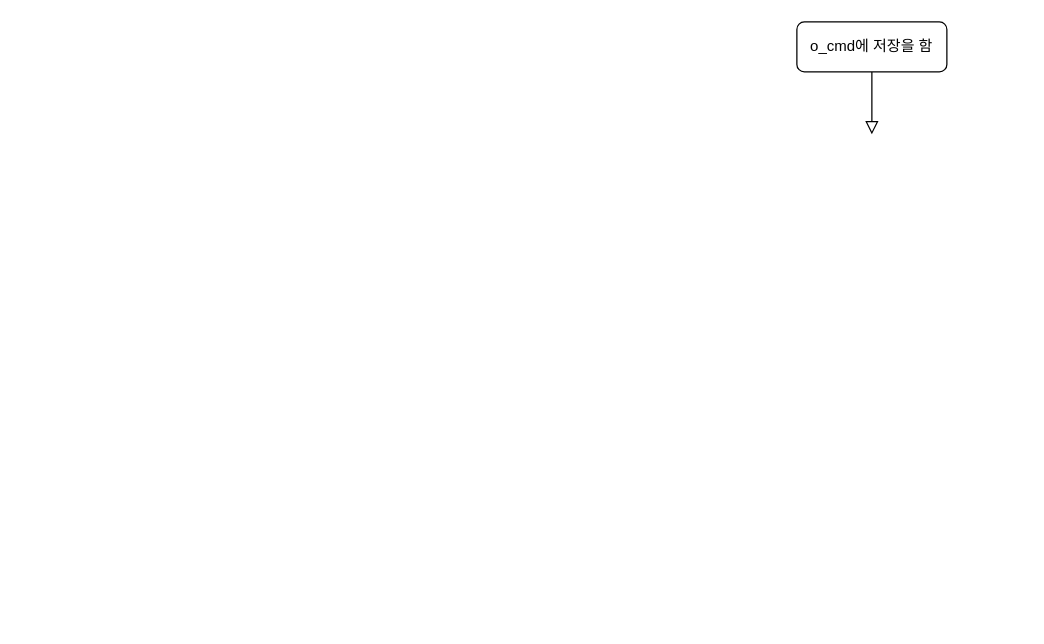
jae-mini-00/42 keeps this draw.io diagram as Flowchart/Untitled Diagram.drawio. Above is the earlier version. Source tidied: cells renumbered, new cells numbered last; positions are measured from the earlier drawing's top-left corner, leaving out a move shared by most shapes. Both pictures are drawn from the tidied source at 125%, with x=0, y=0 at pixel (796, 21).
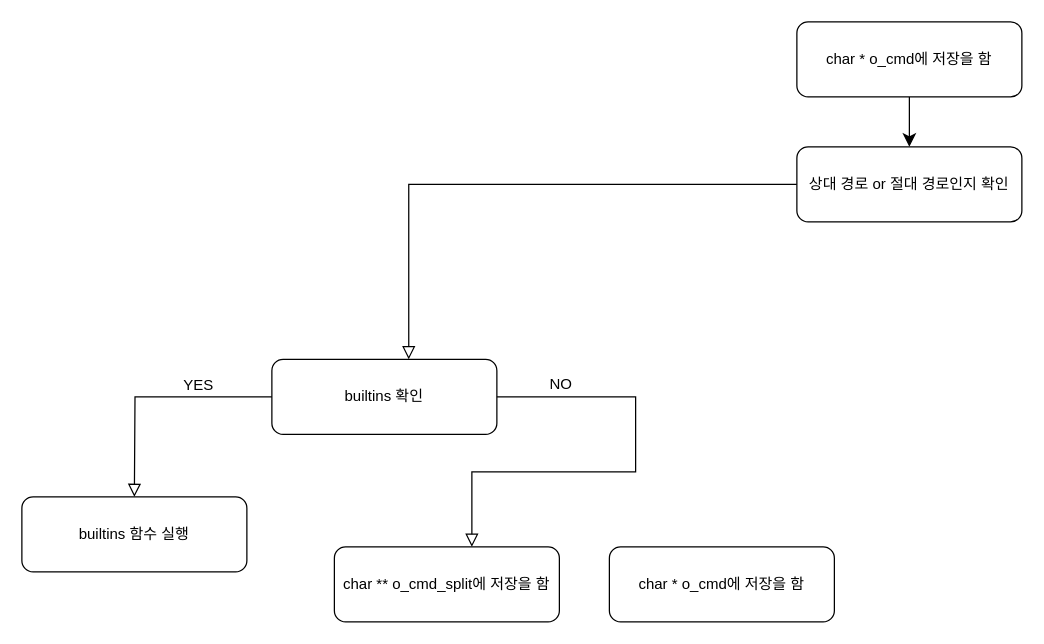
The same page after the edit.

Change to the diagram source:
```diff
@@
-    <mxCell id="2" style="rounded=0;html=1;jettySize=auto;fontSize=11;endArrow=block;endFill=0;endSize=8;strokeWidth=1;shadow=0;labelBackgroundColor=none;edgeStyle=orthogonalEdgeStyle;" parent="1" edge="1" source="3">
-      <mxGeometry relative="1" as="geometry">
-        <mxPoint x="60" y="90" as="targetPoint" />
-      </mxGeometry>
-    </mxCell>
+    <mxCell id="4" style="edgeStyle=none;curved=1;rounded=0;jettySize=auto;html=1;fontSize=12;startSize=8;endSize=8;" parent="1" edge="1" source="3" target="14">
+      <mxGeometry relative="1" as="geometry" />
+    </mxCell>
-    <mxCell id="3" value="o_cmd에 저장을 함" style="rounded=1;whiteSpace=wrap;html=1;fontSize=12;glass=0;strokeWidth=1;shadow=0;" parent="1" vertex="1">
-      <mxGeometry width="120" height="40" as="geometry" />
+    <mxCell id="3" value="char * o_cmd에 저장을 함" style="rounded=1;whiteSpace=wrap;html=1;fontSize=12;glass=0;strokeWidth=1;shadow=0;" parent="1" vertex="1">
+      <mxGeometry width="180" height="60" as="geometry" />
     </mxCell>
+    <mxCell id="5" value="char ** o_cmd_split에 저장을 함" style="rounded=1;whiteSpace=wrap;html=1;fontSize=12;glass=0;strokeWidth=1;shadow=0;" parent="1" vertex="1">
+      <mxGeometry x="-370" y="420" width="180" height="60" as="geometry" />
+    </mxCell>
+    <mxCell id="6" value="char * o_cmd에 저장을 함" style="rounded=1;whiteSpace=wrap;html=1;fontSize=12;glass=0;strokeWidth=1;shadow=0;" parent="1" vertex="1">
+      <mxGeometry x="-150" y="420" width="180" height="60" as="geometry" />
+    </mxCell>
+    <mxCell id="7" value="builtins 확인" style="rounded=1;whiteSpace=wrap;html=1;fontSize=12;glass=0;strokeWidth=1;shadow=0;" parent="1" vertex="1">
+      <mxGeometry x="-420" y="270" width="180" height="60" as="geometry" />
+    </mxCell>
+    <mxCell id="8" style="rounded=0;html=1;jettySize=auto;fontSize=11;endArrow=block;endFill=0;endSize=8;strokeWidth=1;shadow=0;labelBackgroundColor=none;edgeStyle=orthogonalEdgeStyle;exitX=0;exitY=0.5;exitDx=0;exitDy=0;" parent="1" edge="1" source="7">
+      <mxGeometry relative="1" as="geometry">
+        <mxPoint x="-530" y="380" as="targetPoint" />
+      </mxGeometry>
+    </mxCell>
+    <mxCell id="9" value="YES" style="edgeLabel;html=1;align=center;verticalAlign=middle;fontSize=12;" parent="8" vertex="1">
+      <mxGeometry x="-0.37" relative="1" as="geometry">
+        <mxPoint y="-10" as="offset" />
+      </mxGeometry>
+    </mxCell>
+    <mxCell id="10" style="rounded=0;html=1;jettySize=auto;orthogonalLoop=1;fontSize=11;endArrow=block;endFill=0;endSize=8;strokeWidth=1;shadow=0;labelBackgroundColor=none;edgeStyle=orthogonalEdgeStyle;exitX=1;exitY=0.5;exitDx=0;exitDy=0;" parent="1" edge="1">
+      <mxGeometry relative="1" as="geometry">
+        <mxPoint x="-240" y="300" as="sourcePoint" />
+        <mxPoint x="-260" y="420" as="targetPoint" />
+        <Array as="points">
+          <mxPoint x="-129" y="300" />
+          <mxPoint x="-129" y="360" />
+          <mxPoint x="-260" y="360" />
+        </Array>
+      </mxGeometry>
+    </mxCell>
+    <mxCell id="11" value="NO" style="edgeLabel;html=1;align=center;verticalAlign=middle;fontSize=12;" parent="10" vertex="1">
+      <mxGeometry x="-0.12" relative="1" as="geometry">
+        <mxPoint x="-61" y="-59" as="offset" />
+      </mxGeometry>
+    </mxCell>
+    <mxCell id="12" value="builtins 함수 실행" style="rounded=1;whiteSpace=wrap;html=1;fontSize=12;glass=0;strokeWidth=1;shadow=0;" parent="1" vertex="1">
+      <mxGeometry x="-620" y="380" width="180" height="60" as="geometry" />
+    </mxCell>
+    <mxCell id="13" style="rounded=0;html=1;jettySize=auto;fontSize=11;endArrow=block;endFill=0;endSize=8;strokeWidth=1;shadow=0;labelBackgroundColor=none;edgeStyle=orthogonalEdgeStyle;entryX=0.5;entryY=0;entryDx=0;entryDy=0;exitX=0;exitY=0.5;exitDx=0;exitDy=0;" parent="1" edge="1" source="14">
+      <mxGeometry relative="1" as="geometry">
+        <mxPoint x="-310.5" y="270" as="targetPoint" />
+        <Array as="points">
+          <mxPoint x="-310" y="130" />
+        </Array>
+      </mxGeometry>
+    </mxCell>
+    <mxCell id="14" value="상대 경로 or 절대 경로인지 확인" style="rounded=1;whiteSpace=wrap;html=1;fontSize=12;glass=0;strokeWidth=1;shadow=0;" parent="1" vertex="1">
+      <mxGeometry y="100" width="180" height="60" as="geometry" />
+    </mxCell>
```
